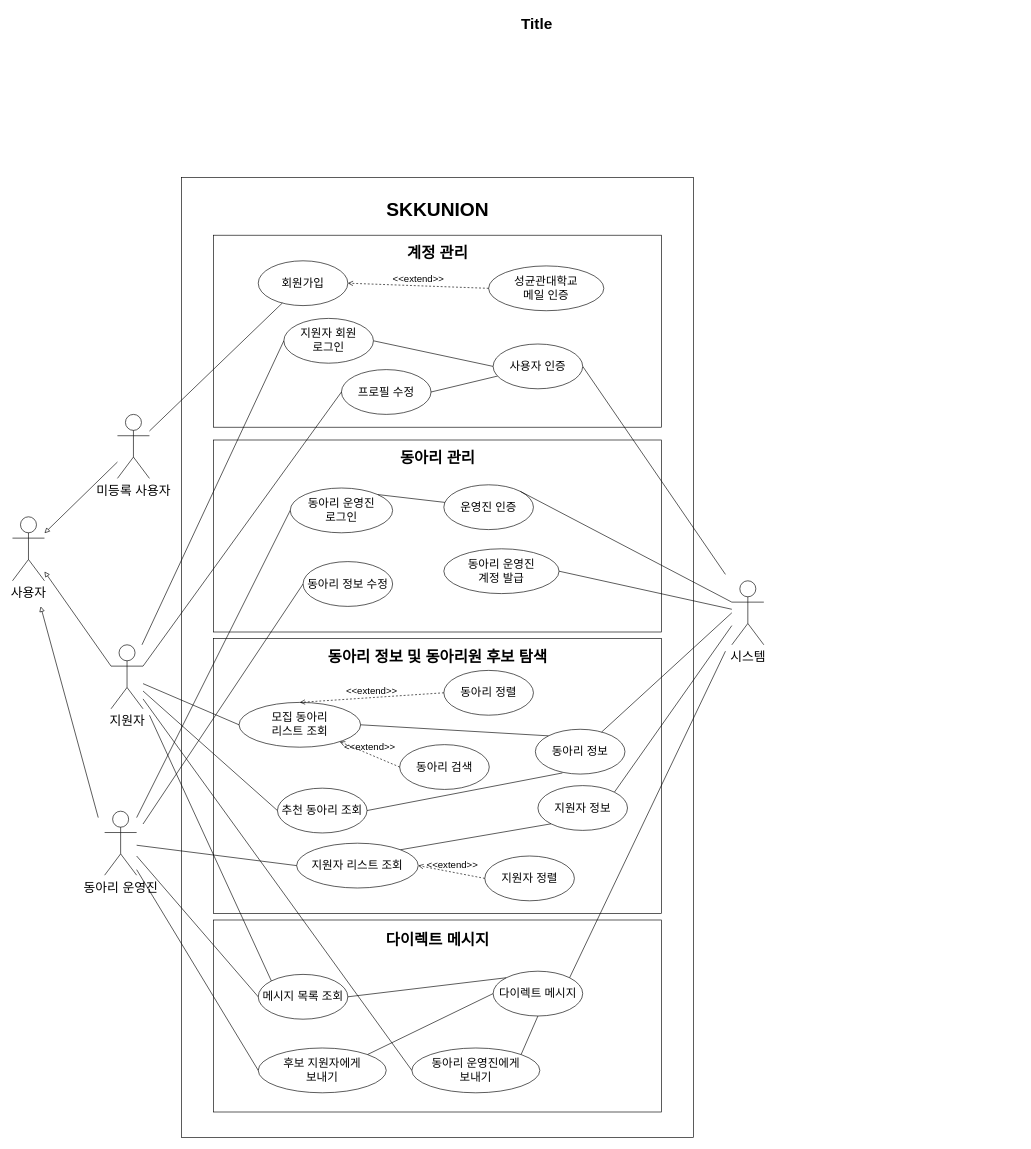
Before: src/UseCaseDiagram.drawio in SKKU-Software-Engineering-Team1/backend, a draw.io diagram. Source tidied: cells renumbered, new cells numbered last; positions are measured from the earlier drawing's top-left corner, leaving out a move shared by most shapes. Both pictures are drawn from the tidied source at 64%, with x=0, y=0 at pixel (12, 11).
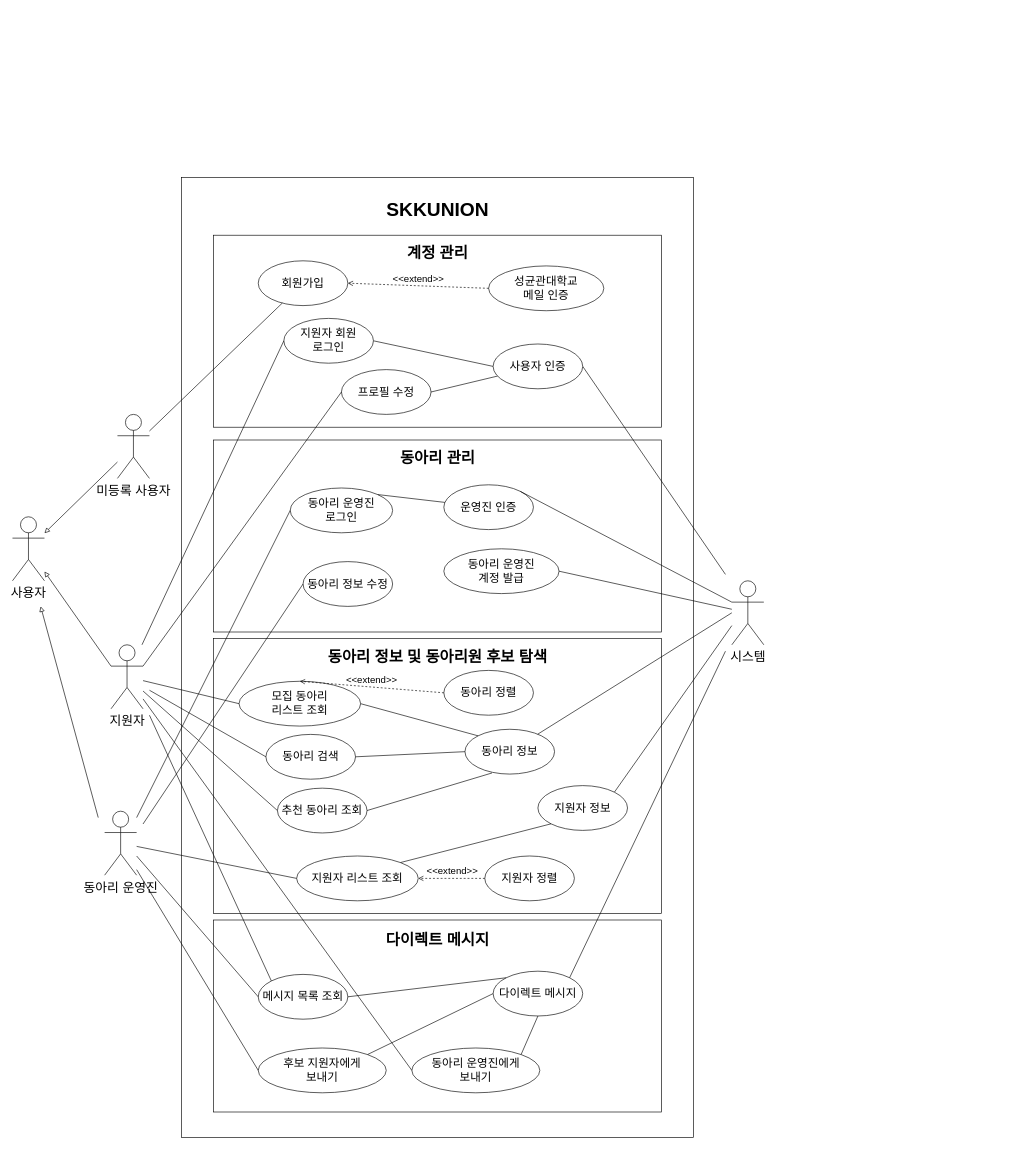
The same page after the edit.

Change to the diagram source:
```diff
@@
-    <mxCell id="2" value="Title" style="text;strokeColor=none;fillColor=none;html=1;fontSize=24;fontStyle=1;verticalAlign=middle;align=center;" parent="1" vertex="1">
-      <mxGeometry x="64" width="1510" height="40" as="geometry" />
-    </mxCell>
@@
     <mxCell id="22" value="모집 동아리&lt;br&gt;리스트 조회" style="ellipse;whiteSpace=wrap;html=1;fontSize=18;" parent="1" vertex="1">
-      <mxGeometry x="354" y="1080" width="190" height="70" as="geometry" />
+      <mxGeometry x="354" y="1047" width="190" height="70" as="geometry" />
     </mxCell>
     <mxCell id="23" value="지원자 리스트 조회" style="ellipse;whiteSpace=wrap;html=1;fontSize=18;" parent="1" vertex="1">
-      <mxGeometry x="444" y="1300" width="190" height="70" as="geometry" />
+      <mxGeometry x="444" y="1320" width="190" height="70" as="geometry" />
     </mxCell>
@@
     <mxCell id="57" value="동아리 검색" style="ellipse;whiteSpace=wrap;html=1;fontSize=18;" parent="1" vertex="1">
-      <mxGeometry x="605" y="1146" width="140" height="70" as="geometry" />
+      <mxGeometry x="396" y="1130" width="140" height="70" as="geometry" />
     </mxCell>
@@
     <mxCell id="60" value="동아리 정보&lt;br style=&quot;font-size: 18px;&quot;&gt;" style="ellipse;whiteSpace=wrap;html=1;fontSize=18;" parent="1" vertex="1">
-      <mxGeometry x="817" y="1122" width="140" height="70" as="geometry" />
+      <mxGeometry x="707" y="1122" width="140" height="70" as="geometry" />
     </mxCell>
@@
-    <mxCell id="67" value="&amp;lt;&amp;lt;extend&amp;gt;&amp;gt;" style="html=1;verticalAlign=bottom;labelBackgroundColor=none;endArrow=open;endFill=0;dashed=1;rounded=0;exitX=0;exitY=0.5;exitDx=0;exitDy=0;fontSize=15;" parent="1" edge="1" source="57" target="22">
-      <mxGeometry relative="1" as="geometry" />
-    </mxCell>
@@
+    <mxCell id="73" style="html=1;endArrow=none;elbow=vertical;rounded=0;entryX=0;entryY=0.5;entryDx=0;entryDy=0;exitX=1;exitY=0.5;exitDx=0;exitDy=0;" parent="1" edge="1" source="57" target="60">
+      <mxGeometry relative="1" as="geometry" />
+    </mxCell>
+    <mxCell id="74" style="html=1;endArrow=none;elbow=vertical;rounded=0;entryX=0;entryY=0.5;entryDx=0;entryDy=0;" parent="1" edge="1" target="57">
+      <mxGeometry relative="1" as="geometry">
+        <mxPoint x="214" y="1061" as="sourcePoint" />
+      </mxGeometry>
+    </mxCell>
```
